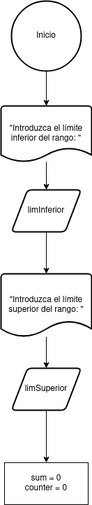
This is unidad-1/tareas/Tarea2/images/diagrama-tarea2.png from mackstm/programacion, a draw.io export, as it was before one commit. Source tidied: cells renumbered, new cells last; positions are measured from the earlier drawing's top-left corner, leaving out a move shared by most shapes.
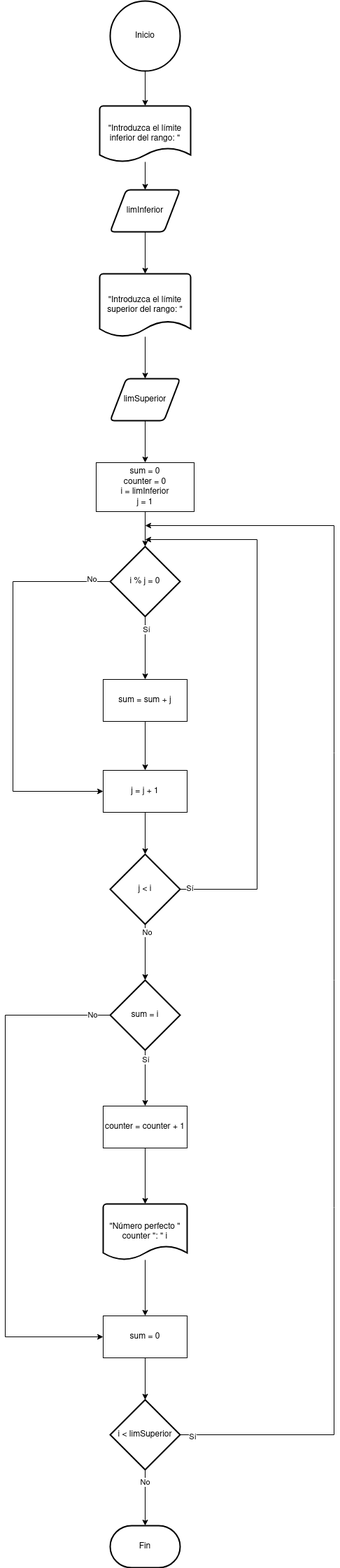
The same file after the commit.

Diff of the diagram source:
```diff
@@ -24,7 +24,7 @@
       <mxGeometry relative="1" as="geometry" />
     </mxCell>
     <mxCell id="9" value="limSuperior" style="shape=parallelogram;html=1;strokeWidth=2;perimeter=parallelogramPerimeter;whiteSpace=wrap;rounded=1;arcSize=12;size=0.23;" parent="1" vertex="1">
-      <mxGeometry x="15" y="525" width="100" height="60" as="geometry" />
+      <mxGeometry x="15" y="540" width="100" height="60" as="geometry" />
     </mxCell>
     <mxCell id="10" style="edgeStyle=orthogonalEdgeStyle;rounded=0;jettySize=auto;html=1;entryX=0.5;entryY=0;entryDx=0;entryDy=0;entryPerimeter=0;" parent="1" edge="1" source="2" target="4">
       <mxGeometry relative="1" as="geometry" />
@@ -32,8 +32,126 @@
     <mxCell id="11" style="edgeStyle=orthogonalEdgeStyle;rounded=0;jettySize=auto;html=1;entryX=0.5;entryY=0;entryDx=0;entryDy=0;entryPerimeter=0;" parent="1" edge="1" source="5" target="7">
       <mxGeometry relative="1" as="geometry" />
     </mxCell>
-    <mxCell id="12" value="&lt;div&gt;sum = 0&lt;/div&gt;&lt;div&gt;counter = 0&lt;br&gt;&lt;/div&gt;" style="rounded=0;whiteSpace=wrap;html=1;" parent="1" vertex="1">
-      <mxGeometry x="5" y="660" width="120" height="60" as="geometry" />
+    <mxCell id="12" value="&lt;div&gt;sum = 0&lt;/div&gt;&lt;div&gt;counter = 0&lt;/div&gt;&lt;div&gt;i = limInferior&lt;/div&gt;&lt;div&gt;j = 1&lt;br&gt;&lt;/div&gt;" style="rounded=0;whiteSpace=wrap;html=1;" parent="1" vertex="1">
+      <mxGeometry x="-5" y="660" width="140" height="70" as="geometry" />
     </mxCell>
+    <mxCell id="13" style="edgeStyle=orthogonalEdgeStyle;rounded=0;jettySize=auto;html=1;" parent="1" edge="1" source="12" target="18">
+      <mxGeometry relative="1" as="geometry" />
+    </mxCell>
+    <mxCell id="14" style="edgeStyle=orthogonalEdgeStyle;rounded=0;jettySize=auto;html=1;exitX=0;exitY=0.5;exitDx=0;exitDy=0;exitPerimeter=0;entryX=0;entryY=0.5;entryDx=0;entryDy=0;" parent="1" edge="1" source="18" target="19">
+      <mxGeometry relative="1" as="geometry">
+        <Array as="points">
+          <mxPoint x="-124" y="830" />
+          <mxPoint x="-124" y="1130" />
+        </Array>
+      </mxGeometry>
+    </mxCell>
+    <mxCell id="15" value="No" style="edgeLabel;html=1;align=center;verticalAlign=middle;" parent="14" vertex="1">
+      <mxGeometry x="-0.9" y="-4" relative="1" as="geometry" />
+    </mxCell>
+    <mxCell id="16" style="edgeStyle=orthogonalEdgeStyle;rounded=0;jettySize=auto;html=1;entryX=0.5;entryY=0;entryDx=0;entryDy=0;" parent="1" edge="1" source="18" target="21">
+      <mxGeometry relative="1" as="geometry" />
+    </mxCell>
+    <mxCell id="17" value="Sí" style="edgeLabel;html=1;align=center;verticalAlign=middle;" parent="16" vertex="1">
+      <mxGeometry x="-0.6" y="1" relative="1" as="geometry" />
+    </mxCell>
+    <mxCell id="18" value="i % j = 0" style="strokeWidth=2;html=1;shape=mxgraph.flowchart.decision;whiteSpace=wrap;" parent="1" vertex="1">
+      <mxGeometry x="15" y="780" width="100" height="100" as="geometry" />
+    </mxCell>
+    <mxCell id="19" value="j = j + 1" style="rounded=0;whiteSpace=wrap;html=1;" parent="1" vertex="1">
+      <mxGeometry x="5" y="1100" width="120" height="60" as="geometry" />
+    </mxCell>
+    <mxCell id="20" style="edgeStyle=orthogonalEdgeStyle;rounded=0;jettySize=auto;html=1;entryX=0.5;entryY=0;entryDx=0;entryDy=0;" parent="1" edge="1" source="21" target="19">
+      <mxGeometry relative="1" as="geometry" />
+    </mxCell>
+    <mxCell id="21" value="sum = sum + j" style="rounded=0;whiteSpace=wrap;html=1;" parent="1" vertex="1">
+      <mxGeometry x="5" y="970" width="120" height="60" as="geometry" />
+    </mxCell>
+    <mxCell id="22" style="edgeStyle=orthogonalEdgeStyle;rounded=0;jettySize=auto;html=1;" parent="1" edge="1" source="24" target="32">
+      <mxGeometry relative="1" as="geometry" />
+    </mxCell>
+    <mxCell id="23" value="No" style="edgeLabel;html=1;align=center;verticalAlign=middle;" parent="22" vertex="1">
+      <mxGeometry x="-0.73" y="2" relative="1" as="geometry" />
+    </mxCell>
+    <mxCell id="24" value="j &amp;lt; i" style="strokeWidth=2;html=1;shape=mxgraph.flowchart.decision;whiteSpace=wrap;" parent="1" vertex="1">
+      <mxGeometry x="15" y="1220" width="100" height="100" as="geometry" />
+    </mxCell>
+    <mxCell id="25" style="edgeStyle=orthogonalEdgeStyle;rounded=0;jettySize=auto;html=1;entryX=0.5;entryY=0;entryDx=0;entryDy=0;entryPerimeter=0;" parent="1" edge="1" source="19" target="24">
+      <mxGeometry relative="1" as="geometry" />
+    </mxCell>
+    <mxCell id="26" style="edgeStyle=orthogonalEdgeStyle;rounded=0;jettySize=auto;html=1;" parent="1" edge="1" source="24">
+      <mxGeometry relative="1" as="geometry">
+        <mxPoint x="65" y="770" as="targetPoint" />
+        <Array as="points">
+          <mxPoint x="225" y="1270" />
+          <mxPoint x="225" y="770" />
+        </Array>
+      </mxGeometry>
+    </mxCell>
+    <mxCell id="27" value="Sí" style="edgeLabel;html=1;align=center;verticalAlign=middle;" parent="26" vertex="1">
+      <mxGeometry x="-0.97" y="2" relative="1" as="geometry" />
+    </mxCell>
+    <mxCell id="28" style="edgeStyle=orthogonalEdgeStyle;rounded=0;jettySize=auto;html=1;entryX=0;entryY=0.5;entryDx=0;entryDy=0;" parent="1" edge="1" source="32" target="37">
+      <mxGeometry relative="1" as="geometry">
+        <Array as="points">
+          <mxPoint x="-135" y="1450" />
+          <mxPoint x="-135" y="1910" />
+        </Array>
+      </mxGeometry>
+    </mxCell>
+    <mxCell id="29" value="No" style="edgeLabel;html=1;align=center;verticalAlign=middle;" parent="28" vertex="1">
+      <mxGeometry x="-0.93" y="-1" relative="1" as="geometry" />
+    </mxCell>
+    <mxCell id="30" style="edgeStyle=orthogonalEdgeStyle;rounded=0;jettySize=auto;html=1;entryX=0.5;entryY=0;entryDx=0;entryDy=0;" parent="1" edge="1" source="32" target="33">
+      <mxGeometry relative="1" as="geometry" />
+    </mxCell>
+    <mxCell id="31" value="Sí" style="edgeLabel;html=1;align=center;verticalAlign=middle;" parent="30" vertex="1">
+      <mxGeometry x="-0.68" relative="1" as="geometry" />
+    </mxCell>
+    <mxCell id="32" value="sum = i" style="strokeWidth=2;html=1;shape=mxgraph.flowchart.decision;whiteSpace=wrap;" parent="1" vertex="1">
+      <mxGeometry x="15" y="1400" width="100" height="100" as="geometry" />
+    </mxCell>
+    <mxCell id="33" value="counter = counter + 1" style="rounded=0;whiteSpace=wrap;html=1;" parent="1" vertex="1">
+      <mxGeometry x="5" y="1580" width="120" height="60" as="geometry" />
+    </mxCell>
+    <mxCell id="34" style="edgeStyle=orthogonalEdgeStyle;rounded=0;jettySize=auto;html=1;" parent="1" edge="1" source="35" target="37">
+      <mxGeometry relative="1" as="geometry" />
+    </mxCell>
+    <mxCell id="35" value="&quot;Número perfecto &quot; counter &quot;: &quot; i" style="strokeWidth=2;html=1;shape=mxgraph.flowchart.document2;whiteSpace=wrap;size=0.25;" parent="1" vertex="1">
+      <mxGeometry x="5" y="1720" width="120" height="80" as="geometry" />
+    </mxCell>
+    <mxCell id="36" style="edgeStyle=orthogonalEdgeStyle;rounded=0;jettySize=auto;html=1;entryX=0.5;entryY=0;entryDx=0;entryDy=0;entryPerimeter=0;" parent="1" edge="1" source="33" target="35">
+      <mxGeometry relative="1" as="geometry" />
+    </mxCell>
+    <mxCell id="37" value="sum = 0" style="rounded=0;whiteSpace=wrap;html=1;" parent="1" vertex="1">
+      <mxGeometry x="5" y="1880" width="120" height="60" as="geometry" />
+    </mxCell>
+    <mxCell id="38" style="edgeStyle=orthogonalEdgeStyle;rounded=0;jettySize=auto;html=1;" parent="1" edge="1" source="40">
+      <mxGeometry relative="1" as="geometry">
+        <mxPoint x="65" y="750" as="targetPoint" />
+        <Array as="points">
+          <mxPoint x="335" y="2050" />
+          <mxPoint x="335" y="750" />
+        </Array>
+      </mxGeometry>
+    </mxCell>
+    <mxCell id="39" value="Sí" style="edgeLabel;html=1;align=center;verticalAlign=middle;" parent="38" vertex="1">
+      <mxGeometry x="-0.98" y="-2" relative="1" as="geometry" />
+    </mxCell>
+    <mxCell id="40" value="i &amp;lt; limSuperior" style="strokeWidth=2;html=1;shape=mxgraph.flowchart.decision;whiteSpace=wrap;" parent="1" vertex="1">
+      <mxGeometry x="15" y="2000" width="100" height="100" as="geometry" />
+    </mxCell>
+    <mxCell id="41" style="edgeStyle=orthogonalEdgeStyle;rounded=0;jettySize=auto;html=1;entryX=0.5;entryY=0;entryDx=0;entryDy=0;entryPerimeter=0;" parent="1" edge="1" source="37" target="40">
+      <mxGeometry relative="1" as="geometry" />
+    </mxCell>
+    <mxCell id="42" value="Fin" style="strokeWidth=2;html=1;shape=mxgraph.flowchart.terminator;whiteSpace=wrap;" parent="1" vertex="1">
+      <mxGeometry x="15" y="2180" width="100" height="60" as="geometry" />
+    </mxCell>
+    <mxCell id="43" style="edgeStyle=orthogonalEdgeStyle;rounded=0;jettySize=auto;html=1;entryX=0.5;entryY=0;entryDx=0;entryDy=0;entryPerimeter=0;" parent="1" edge="1" source="40" target="42">
+      <mxGeometry relative="1" as="geometry" />
+    </mxCell>
+    <mxCell id="44" value="No" style="edgeLabel;html=1;align=center;verticalAlign=middle;" parent="43" vertex="1">
+      <mxGeometry x="-0.57" y="-1" relative="1" as="geometry" />
+    </mxCell>
   </root>
 </mxGraphModel>
```
